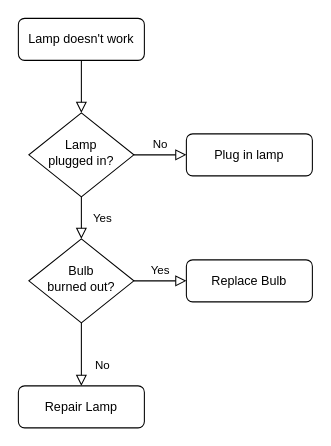
Before: Untitled Diagram.drawio in thundeGG/7hundeR.github.io, a draw.io diagram. Source tidied: cells renumbered, new cells numbered last; positions are measured from the earlier drawing's top-left corner, leaving out a move shared by most shapes. Both pictures are drawn from the tidied source at 105%, with x=0, y=0 at pixel (18, 18).
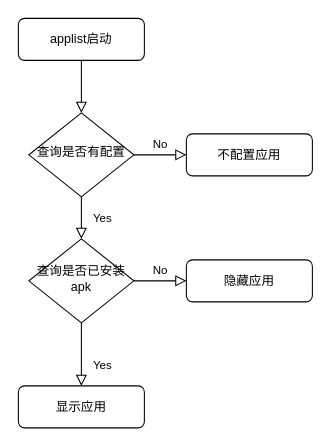
The same page after the edit.

Change to the diagram source:
```diff
@@
 <mxGraphModel>
   <root>
     <mxCell id="0" />
     <mxCell id="1" parent="0" />
     <mxCell id="2" style="rounded=0;html=1;jettySize=auto;fontSize=11;endArrow=block;endFill=0;endSize=8;strokeWidth=1;shadow=0;labelBackgroundColor=none;edgeStyle=orthogonalEdgeStyle;" parent="1" edge="1" source="3" target="6">
       <mxGeometry relative="1" as="geometry" />
     </mxCell>
-    <mxCell id="3" value="Lamp doesn't work" style="rounded=1;whiteSpace=wrap;html=1;fontSize=12;glass=0;strokeWidth=1;shadow=0;" parent="1" vertex="1">
+    <mxCell id="3" value="applist启动" style="rounded=1;whiteSpace=wrap;html=1;fontSize=12;glass=0;strokeWidth=1;shadow=0;" parent="1" vertex="1">
       <mxGeometry width="120" height="40" as="geometry" />
     </mxCell>
     <mxCell id="4" value="Yes" style="rounded=0;html=1;jettySize=auto;fontSize=11;endArrow=block;endFill=0;endSize=8;strokeWidth=1;shadow=0;labelBackgroundColor=none;edgeStyle=orthogonalEdgeStyle;" parent="1" edge="1" source="6" target="10">
       <mxGeometry y="20" relative="1" as="geometry" />
     </mxCell>
     <mxCell id="5" value="No" style="edgeStyle=orthogonalEdgeStyle;rounded=0;html=1;jettySize=auto;fontSize=11;endArrow=block;endFill=0;endSize=8;strokeWidth=1;shadow=0;labelBackgroundColor=none;" parent="1" edge="1" source="6" target="7">
       <mxGeometry y="10" relative="1" as="geometry" />
     </mxCell>
-    <mxCell id="6" value="Lamp&lt;br&gt;plugged in?" style="rhombus;whiteSpace=wrap;html=1;shadow=0;fontFamily=Helvetica;fontSize=12;align=center;strokeWidth=1;spacing=6;spacingTop=-4;" parent="1" vertex="1">
+    <mxCell id="6" value="查询是否有配置" style="rhombus;whiteSpace=wrap;html=1;shadow=0;fontFamily=Helvetica;fontSize=12;align=center;strokeWidth=1;spacing=6;spacingTop=-4;" parent="1" vertex="1">
       <mxGeometry x="10" y="90" width="100" height="80" as="geometry" />
     </mxCell>
-    <mxCell id="7" value="Plug in lamp" style="rounded=1;whiteSpace=wrap;html=1;fontSize=12;glass=0;strokeWidth=1;shadow=0;" parent="1" vertex="1">
+    <mxCell id="7" value="不配置应用" style="rounded=1;whiteSpace=wrap;html=1;fontSize=12;glass=0;strokeWidth=1;shadow=0;" parent="1" vertex="1">
       <mxGeometry x="160" y="110" width="120" height="40" as="geometry" />
     </mxCell>
-    <mxCell id="8" value="No" style="rounded=0;html=1;jettySize=auto;fontSize=11;endArrow=block;endFill=0;endSize=8;strokeWidth=1;shadow=0;labelBackgroundColor=none;edgeStyle=orthogonalEdgeStyle;" parent="1" edge="1" source="10" target="11">
+    <mxCell id="8" value="Yes" style="rounded=0;html=1;jettySize=auto;fontSize=11;endArrow=block;endFill=0;endSize=8;strokeWidth=1;shadow=0;labelBackgroundColor=none;edgeStyle=orthogonalEdgeStyle;" parent="1" edge="1" source="10" target="11">
       <mxGeometry x="0.33" y="20" relative="1" as="geometry" />
     </mxCell>
-    <mxCell id="9" value="Yes" style="edgeStyle=orthogonalEdgeStyle;rounded=0;html=1;jettySize=auto;fontSize=11;endArrow=block;endFill=0;endSize=8;strokeWidth=1;shadow=0;labelBackgroundColor=none;" parent="1" edge="1" source="10" target="12">
+    <mxCell id="9" value="No" style="edgeStyle=orthogonalEdgeStyle;rounded=0;html=1;jettySize=auto;fontSize=11;endArrow=block;endFill=0;endSize=8;strokeWidth=1;shadow=0;labelBackgroundColor=none;" parent="1" edge="1" source="10" target="12">
       <mxGeometry y="10" relative="1" as="geometry" />
     </mxCell>
-    <mxCell id="10" value="Bulb&lt;br&gt;burned out?" style="rhombus;whiteSpace=wrap;html=1;shadow=0;fontFamily=Helvetica;fontSize=12;align=center;strokeWidth=1;spacing=6;spacingTop=-4;" parent="1" vertex="1">
+    <mxCell id="10" value="查询是否已安装apk" style="rhombus;whiteSpace=wrap;html=1;shadow=0;fontFamily=Helvetica;fontSize=12;align=center;strokeWidth=1;spacing=6;spacingTop=-4;" parent="1" vertex="1">
       <mxGeometry x="10" y="210" width="100" height="80" as="geometry" />
     </mxCell>
-    <mxCell id="11" value="Repair Lamp" style="rounded=1;whiteSpace=wrap;html=1;fontSize=12;glass=0;strokeWidth=1;shadow=0;" parent="1" vertex="1">
+    <mxCell id="11" value="显示应用" style="rounded=1;whiteSpace=wrap;html=1;fontSize=12;glass=0;strokeWidth=1;shadow=0;" parent="1" vertex="1">
       <mxGeometry y="350" width="120" height="40" as="geometry" />
     </mxCell>
-    <mxCell id="12" value="Replace Bulb" style="rounded=1;whiteSpace=wrap;html=1;fontSize=12;glass=0;strokeWidth=1;shadow=0;" parent="1" vertex="1">
+    <mxCell id="12" value="隐藏应用" style="rounded=1;whiteSpace=wrap;html=1;fontSize=12;glass=0;strokeWidth=1;shadow=0;" parent="1" vertex="1">
       <mxGeometry x="160" y="230" width="120" height="40" as="geometry" />
     </mxCell>
   </root>
 </mxGraphModel>
```
